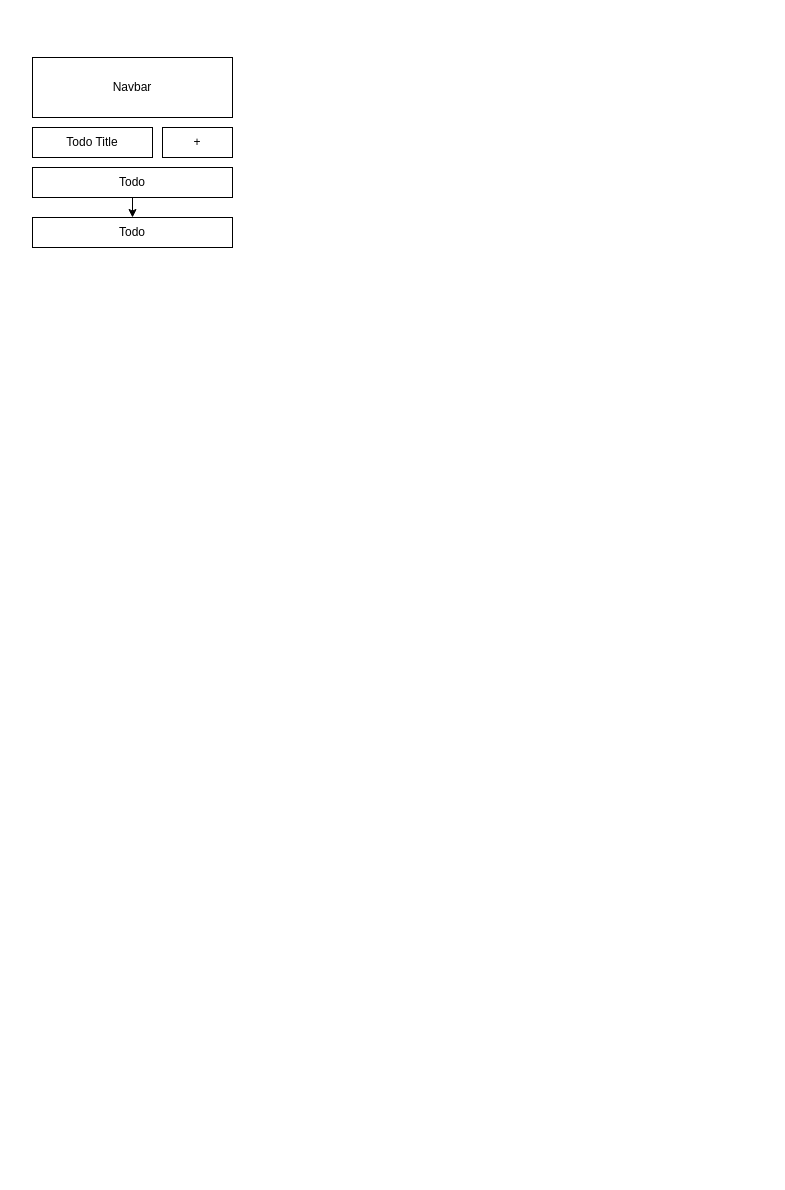
Above: Untitled Diagram.drawio in Trifle22/react-native-course (draw.io), before the change. Source tidied: cells renumbered, new cells numbered last; positions are measured from the earlier drawing's top-left corner, leaving out a move shared by most shapes. Both pictures are drawn from the tidied source at 100%, with x=0, y=0 at pixel (32, 57).
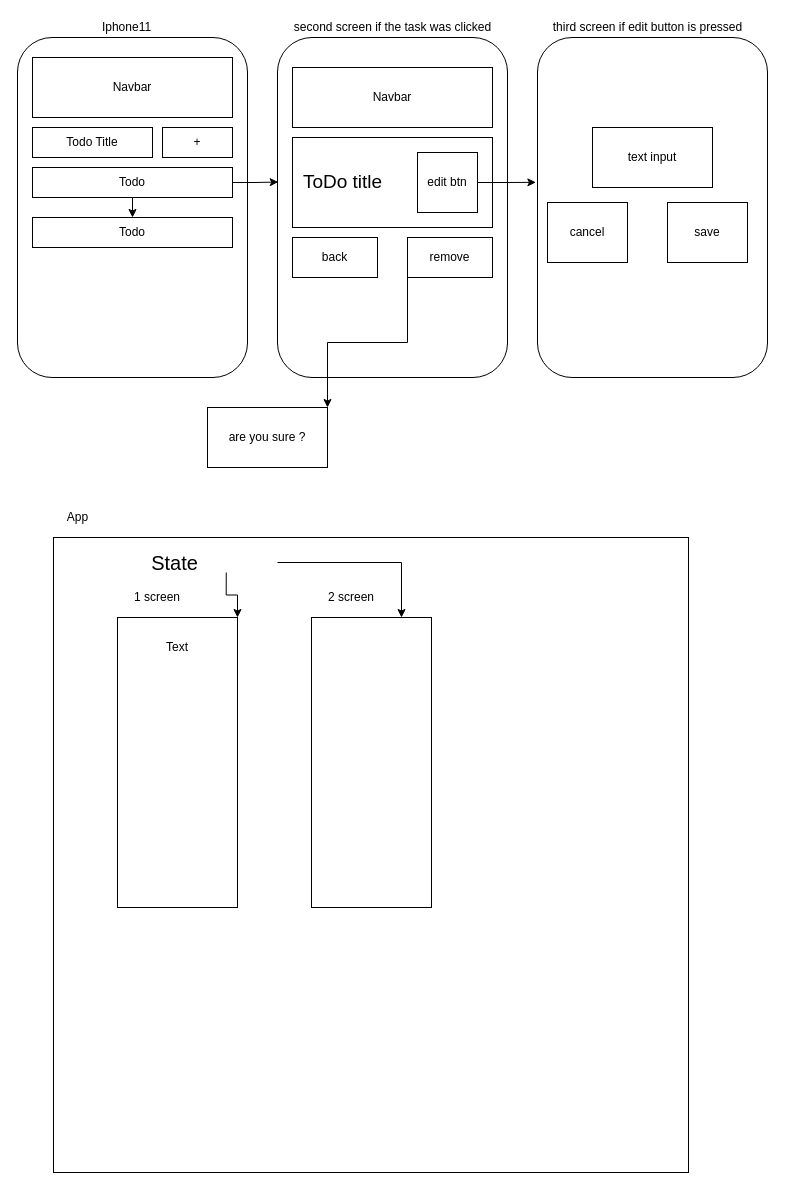
After the change.

The change refers to these unchanged cells:
```xml
<mxCell id="6" value="Todo" style="rounded=0;whiteSpace=wrap;html=1;" parent="1" vertex="1">
  <mxGeometry y="110" width="200" height="30" as="geometry" />
</mxCell>
```

Diff of the diagram source:
```diff
@@
+    <mxCell id="8" style="rounded=1;whiteSpace=wrap;html=1;" parent="1" vertex="1">
+      <mxGeometry x="-15" y="-20" width="230" height="340" as="geometry" />
+    </mxCell>
@@
+    <mxCell id="9" style="edgeStyle=orthogonalEdgeStyle;rounded=0;jettySize=auto;html=1;exitX=1;exitY=0.5;exitDx=0;exitDy=0;entryX=0.003;entryY=0.425;entryDx=0;entryDy=0;entryPerimeter=0;" parent="1" edge="1" source="6" target="11">
+      <mxGeometry relative="1" as="geometry" />
+    </mxCell>
@@
+    <mxCell id="10" value="Iphone11" style="text;html=1;align=center;verticalAlign=middle;strokeColor=none;" parent="1" vertex="1">
+      <mxGeometry x="64" y="-40" width="60" height="20" as="geometry" />
+    </mxCell>
+    <mxCell id="11" style="rounded=1;whiteSpace=wrap;html=1;" parent="1" vertex="1">
+      <mxGeometry x="245" y="-20" width="230" height="340" as="geometry" />
+    </mxCell>
+    <mxCell id="12" value="Navbar&lt;br&gt;" style="rounded=0;whiteSpace=wrap;html=1;" parent="1" vertex="1">
+      <mxGeometry x="260" y="10" width="200" height="60" as="geometry" />
+    </mxCell>
+    <mxCell id="13" style="rounded=0;whiteSpace=wrap;html=1;" parent="1" vertex="1">
+      <mxGeometry x="260" y="80" width="200" height="90" as="geometry" />
+    </mxCell>
+    <mxCell id="14" value="&lt;font style=&quot;font-size: 19px&quot;&gt;ToDo title&lt;/font&gt;" style="text;html=1;align=center;verticalAlign=middle;strokeColor=none;" parent="1" vertex="1">
+      <mxGeometry x="265" y="115" width="90" height="20" as="geometry" />
+    </mxCell>
+    <mxCell id="15" style="edgeStyle=orthogonalEdgeStyle;rounded=0;jettySize=auto;html=1;exitX=1;exitY=0.5;exitDx=0;exitDy=0;entryX=-0.007;entryY=0.426;entryDx=0;entryDy=0;entryPerimeter=0;" parent="1" edge="1" source="16" target="20">
+      <mxGeometry relative="1" as="geometry" />
+    </mxCell>
+    <mxCell id="16" value="edit btn" style="rounded=0;whiteSpace=wrap;html=1;" parent="1" vertex="1">
+      <mxGeometry x="385" y="95" width="60" height="60" as="geometry" />
+    </mxCell>
+    <mxCell id="17" value="back" style="rounded=0;whiteSpace=wrap;html=1;" parent="1" vertex="1">
+      <mxGeometry x="260" y="180" width="85" height="40" as="geometry" />
+    </mxCell>
+    <mxCell id="18" style="edgeStyle=orthogonalEdgeStyle;rounded=0;jettySize=auto;html=1;exitX=0;exitY=1;exitDx=0;exitDy=0;entryX=1;entryY=0;entryDx=0;entryDy=0;" parent="1" edge="1" source="19" target="26">
+      <mxGeometry relative="1" as="geometry" />
+    </mxCell>
+    <mxCell id="19" value="remove" style="rounded=0;whiteSpace=wrap;html=1;" parent="1" vertex="1">
+      <mxGeometry x="375" y="180" width="85" height="40" as="geometry" />
+    </mxCell>
+    <mxCell id="20" style="rounded=1;whiteSpace=wrap;html=1;" parent="1" vertex="1">
+      <mxGeometry x="505" y="-20" width="230" height="340" as="geometry" />
+    </mxCell>
+    <mxCell id="21" value="second screen if the task was clicked" style="text;html=1;align=center;verticalAlign=middle;strokeColor=none;" parent="1" vertex="1">
+      <mxGeometry x="255" y="-40" width="210" height="20" as="geometry" />
+    </mxCell>
+    <mxCell id="22" value="third screen if edit button is pressed" style="text;html=1;align=center;verticalAlign=middle;strokeColor=none;" parent="1" vertex="1">
+      <mxGeometry x="515" y="-40" width="200" height="20" as="geometry" />
+    </mxCell>
+    <mxCell id="23" value="text input" style="rounded=0;whiteSpace=wrap;html=1;" parent="1" vertex="1">
+      <mxGeometry x="560" y="70" width="120" height="60" as="geometry" />
+    </mxCell>
+    <mxCell id="24" value="cancel" style="rounded=0;whiteSpace=wrap;html=1;" parent="1" vertex="1">
+      <mxGeometry x="515" y="145" width="80" height="60" as="geometry" />
+    </mxCell>
+    <mxCell id="25" value="save" style="rounded=0;whiteSpace=wrap;html=1;" parent="1" vertex="1">
+      <mxGeometry x="635" y="145" width="80" height="60" as="geometry" />
+    </mxCell>
+    <mxCell id="26" value="are you sure ?" style="rounded=0;whiteSpace=wrap;html=1;" parent="1" vertex="1">
+      <mxGeometry x="175" y="350" width="120" height="60" as="geometry" />
+    </mxCell>
+    <mxCell id="27" style="whiteSpace=wrap;html=1;" parent="1" vertex="1">
+      <mxGeometry x="21" y="480" width="635" height="635" as="geometry" />
+    </mxCell>
+    <mxCell id="28" value="App" style="text;html=1;align=center;verticalAlign=middle;strokeColor=none;" parent="1" vertex="1">
+      <mxGeometry x="25" y="450" width="40" height="20" as="geometry" />
+    </mxCell>
+    <mxCell id="29" style="rounded=0;whiteSpace=wrap;html=1;" parent="1" vertex="1">
+      <mxGeometry x="85" y="560" width="120" height="290" as="geometry" />
+    </mxCell>
+    <mxCell id="30" style="rounded=0;whiteSpace=wrap;html=1;" parent="1" vertex="1">
+      <mxGeometry x="279" y="560" width="120" height="290" as="geometry" />
+    </mxCell>
+    <mxCell id="31" value="2 screen" style="text;html=1;strokeColor=none;fillColor=none;align=center;verticalAlign=middle;whiteSpace=wrap;rounded=0;" parent="1" vertex="1">
+      <mxGeometry x="279" y="530" width="80" height="20" as="geometry" />
+    </mxCell>
+    <mxCell id="32" value="1 screen" style="text;html=1;strokeColor=none;fillColor=none;align=center;verticalAlign=middle;whiteSpace=wrap;rounded=0;" parent="1" vertex="1">
+      <mxGeometry x="85" y="530" width="80" height="20" as="geometry" />
+    </mxCell>
+    <mxCell id="33" value="Text" style="text;html=1;strokeColor=none;fillColor=none;align=center;verticalAlign=middle;whiteSpace=wrap;rounded=0;" parent="1" vertex="1">
+      <mxGeometry x="125" y="580" width="40" height="20" as="geometry" />
+    </mxCell>
+    <mxCell id="34" style="edgeStyle=orthogonalEdgeStyle;rounded=0;jettySize=auto;html=1;exitX=1;exitY=0.5;exitDx=0;exitDy=0;entryX=0.75;entryY=0;entryDx=0;entryDy=0;" parent="1" edge="1" source="36" target="30">
+      <mxGeometry relative="1" as="geometry" />
+    </mxCell>
+    <mxCell id="35" style="edgeStyle=orthogonalEdgeStyle;rounded=0;jettySize=auto;html=1;exitX=0.75;exitY=1;exitDx=0;exitDy=0;entryX=1;entryY=0;entryDx=0;entryDy=0;" parent="1" edge="1" source="36" target="29">
+      <mxGeometry relative="1" as="geometry" />
+    </mxCell>
+    <mxCell id="36" value="&lt;font style=&quot;font-size: 20px&quot;&gt;State&lt;/font&gt;" style="text;html=1;strokeColor=none;fillColor=none;align=center;verticalAlign=middle;whiteSpace=wrap;rounded=0;" parent="1" vertex="1">
+      <mxGeometry x="40" y="495" width="205" height="20" as="geometry" />
+    </mxCell>
```
